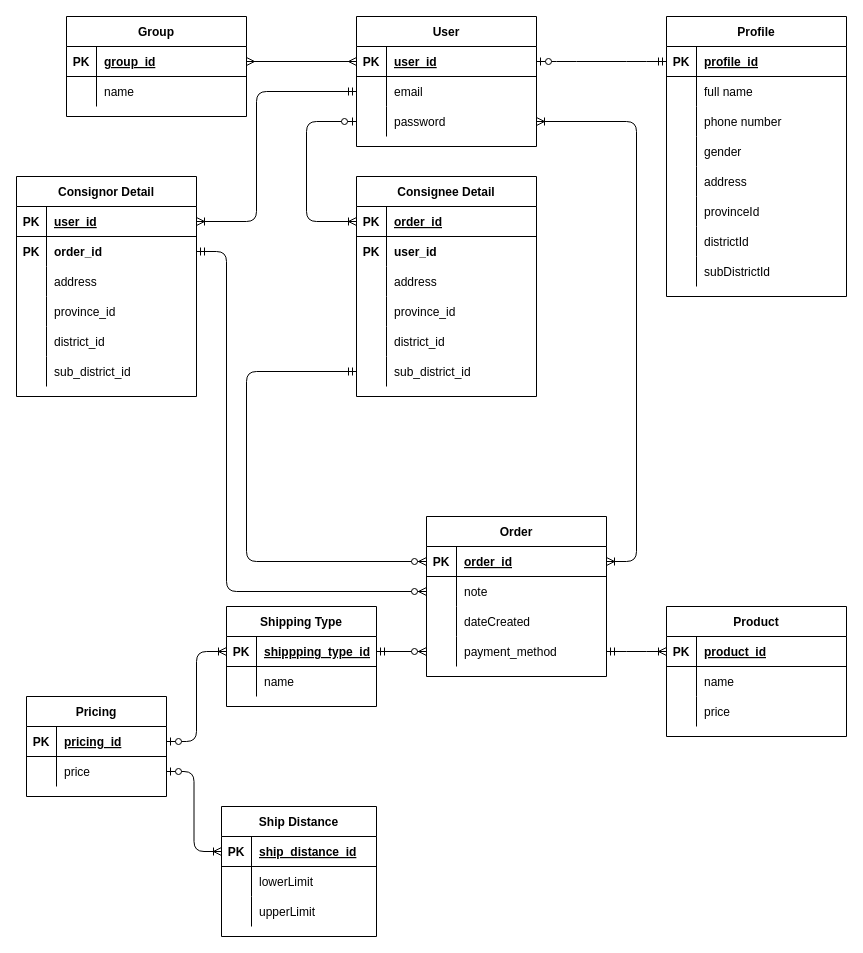
Above: resources/database_design.drawio in NgoQuocBao1010/Shipping-System-Management (draw.io), before the change. Source tidied: cells renumbered, new cells numbered last; positions are measured from the earlier drawing's top-left corner, leaving out a move shared by most shapes. Both pictures are drawn from the tidied source at 100%, with x=0, y=0 at pixel (16, 16).
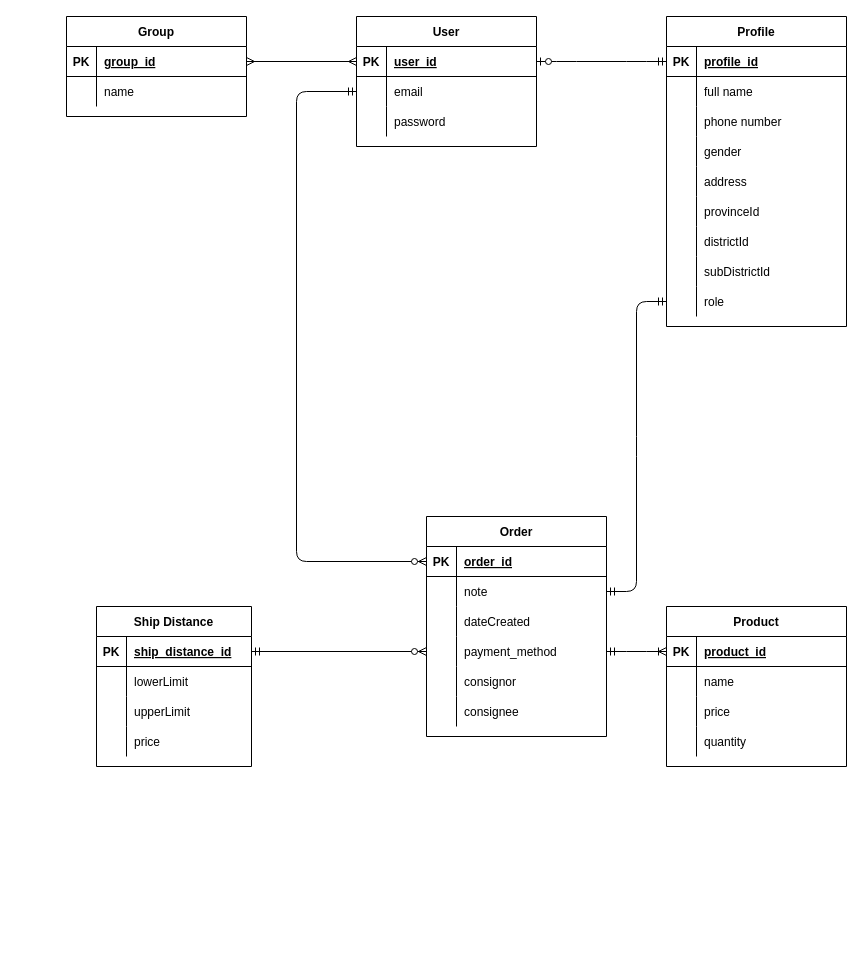
The same diagram, later.

The change refers to these unchanged cells:
```xml
<mxCell id="6" style="shape=partialRectangle;fillColor=none;top=0;left=0;bottom=0;right=0;points=[[0,0.5],[1,0.5]];portConstraint=eastwest;" parent="2" vertex="1">
  <mxGeometry y="60" width="180" height="30" as="geometry" />
</mxCell>
<mxCell id="9" style="shape=partialRectangle;fillColor=none;top=0;left=0;bottom=0;right=0;points=[[0,0.5],[1,0.5]];portConstraint=eastwest;" parent="2" vertex="1">
  <mxGeometry y="90" width="180" height="30" as="geometry" />
</mxCell>
<mxCell id="46" style="shape=partialRectangle;fillColor=none;top=0;left=0;bottom=1;right=0;points=[[0,0.5],[1,0.5]];portConstraint=eastwest;" parent="45" vertex="1">
  <mxGeometry y="30" width="180" height="30" as="geometry" />
</mxCell>
<mxCell id="49" style="shape=partialRectangle;fillColor=none;top=0;left=0;bottom=0;right=0;points=[[0,0.5],[1,0.5]];portConstraint=eastwest;" parent="45" vertex="1">
  <mxGeometry y="60" width="180" height="30" as="geometry" />
</mxCell>
<mxCell id="55" style="shape=partialRectangle;fillColor=none;top=0;left=0;bottom=0;right=0;points=[[0,0.5],[1,0.5]];portConstraint=eastwest;" parent="45" vertex="1">
  <mxGeometry y="120" width="180" height="30" as="geometry" />
</mxCell>
<mxCell id="74" style="shape=partialRectangle;fillColor=none;top=0;left=0;bottom=1;right=0;points=[[0,0.5],[1,0.5]];portConstraint=eastwest;" parent="73" vertex="1">
  <mxGeometry y="30" width="155" height="30" as="geometry" />
</mxCell>
```

What changed in the source:
```diff
@@
     <mxCell id="12" value="Profile" style="shape=table;startSize=30;childLayout=tableLayout;rowLines=0;fontStyle=1;align=center;" parent="1" vertex="1">
-      <mxGeometry x="650" width="180" height="280" as="geometry" />
+      <mxGeometry x="650" width="180" height="310" as="geometry" />
     </mxCell>
@@
+    <mxCell id="140" style="shape=partialRectangle;fillColor=none;top=0;left=0;bottom=0;right=0;points=[[0,0.5],[1,0.5]];portConstraint=eastwest;" parent="12" vertex="1">
+      <mxGeometry y="270" width="180" height="30" as="geometry" />
+    </mxCell>
+    <mxCell id="141" style="shape=partialRectangle;fillColor=none;top=0;left=0;bottom=0;right=0;overflow=hidden;" parent="140" vertex="1">
+      <mxGeometry width="30" height="30" as="geometry" />
+    </mxCell>
+    <mxCell id="142" value="role" style="shape=partialRectangle;fillColor=none;top=0;left=0;bottom=0;right=0;align=left;spacingLeft=6;overflow=hidden;" parent="140" vertex="1">
+      <mxGeometry x="30" width="150" height="30" as="geometry" />
+    </mxCell>
@@
     <mxCell id="45" value="Order" style="shape=table;startSize=30;childLayout=tableLayout;rowLines=0;fontStyle=1;align=center;" parent="1" vertex="1">
-      <mxGeometry x="410" y="500" width="180" height="160" as="geometry" />
+      <mxGeometry x="410" y="500" width="180" height="220" as="geometry" />
     </mxCell>
@@
+    <mxCell id="143" style="shape=partialRectangle;fillColor=none;top=0;left=0;bottom=0;right=0;" parent="45" vertex="1">
+      <mxGeometry y="150" width="180" height="30" as="geometry" />
+    </mxCell>
+    <mxCell id="144" style="shape=partialRectangle;fillColor=none;top=0;left=0;bottom=0;right=0;overflow=hidden;" parent="143" vertex="1">
+      <mxGeometry width="30" height="30" as="geometry" />
+    </mxCell>
+    <mxCell id="145" value="consignor" style="shape=partialRectangle;fillColor=none;top=0;left=0;bottom=0;right=0;align=left;spacingLeft=6;overflow=hidden;" parent="143" vertex="1">
+      <mxGeometry x="30" width="150" height="30" as="geometry" />
+    </mxCell>
+    <mxCell id="146" style="shape=partialRectangle;fillColor=none;top=0;left=0;bottom=0;right=0;" parent="45" vertex="1">
+      <mxGeometry y="180" width="180" height="30" as="geometry" />
+    </mxCell>
+    <mxCell id="147" style="shape=partialRectangle;fillColor=none;top=0;left=0;bottom=0;right=0;overflow=hidden;" parent="146" vertex="1">
+      <mxGeometry width="30" height="30" as="geometry" />
+    </mxCell>
+    <mxCell id="148" value="consignee" style="shape=partialRectangle;fillColor=none;top=0;left=0;bottom=0;right=0;align=left;spacingLeft=6;overflow=hidden;" parent="146" vertex="1">
+      <mxGeometry x="30" width="150" height="30" as="geometry" />
+    </mxCell>
@@
-    <mxCell id="59" value="Pricing" style="shape=table;startSize=30;childLayout=tableLayout;rowLines=0;fontStyle=1;align=center;" parent="1" vertex="1">
-      <mxGeometry x="10" y="680" width="140" height="100" as="geometry" />
-    </mxCell>
-    <mxCell id="60" style="shape=partialRectangle;fillColor=none;top=0;left=0;bottom=1;right=0;points=[[0,0.5],[1,0.5]];portConstraint=eastwest;" parent="59" vertex="1">
-      <mxGeometry y="30" width="140" height="30" as="geometry" />
-    </mxCell>
-    <mxCell id="61" value="PK" style="shape=partialRectangle;fillColor=none;top=0;left=0;bottom=0;right=0;fontStyle=1;overflow=hidden;" parent="60" vertex="1">
-      <mxGeometry width="30" height="30" as="geometry" />
-    </mxCell>
-    <mxCell id="62" value="pricing_id" style="shape=partialRectangle;fillColor=none;top=0;left=0;bottom=0;right=0;align=left;spacingLeft=6;fontStyle=5;overflow=hidden;" parent="60" vertex="1">
-      <mxGeometry x="30" width="110" height="30" as="geometry" />
-    </mxCell>
-    <mxCell id="63" style="shape=partialRectangle;fillColor=none;top=0;left=0;bottom=0;right=0;points=[[0,0.5],[1,0.5]];portConstraint=eastwest;" parent="59" vertex="1">
-      <mxGeometry y="60" width="140" height="30" as="geometry" />
-    </mxCell>
-    <mxCell id="64" style="shape=partialRectangle;fillColor=none;top=0;left=0;bottom=0;right=0;overflow=hidden;" parent="63" vertex="1">
-      <mxGeometry width="30" height="30" as="geometry" />
-    </mxCell>
-    <mxCell id="65" value="price" style="shape=partialRectangle;fillColor=none;top=0;left=0;bottom=0;right=0;align=left;spacingLeft=6;overflow=hidden;" parent="63" vertex="1">
-      <mxGeometry x="30" width="110" height="30" as="geometry" />
-    </mxCell>
-    <mxCell id="66" value="Shipping Type" style="shape=table;startSize=30;childLayout=tableLayout;rowLines=0;fontStyle=1;align=center;" parent="1" vertex="1">
-      <mxGeometry x="210" y="590" width="150" height="100" as="geometry" />
-    </mxCell>
-    <mxCell id="67" style="shape=partialRectangle;fillColor=none;top=0;left=0;bottom=1;right=0;points=[[0,0.5],[1,0.5]];portConstraint=eastwest;" parent="66" vertex="1">
-      <mxGeometry y="30" width="150" height="30" as="geometry" />
-    </mxCell>
-    <mxCell id="68" value="PK" style="shape=partialRectangle;fillColor=none;top=0;left=0;bottom=0;right=0;fontStyle=1;overflow=hidden;" parent="67" vertex="1">
-      <mxGeometry width="30" height="30" as="geometry" />
-    </mxCell>
-    <mxCell id="69" value="shippping_type_id" style="shape=partialRectangle;fillColor=none;top=0;left=0;bottom=0;right=0;align=left;spacingLeft=6;fontStyle=5;overflow=hidden;" parent="67" vertex="1">
-      <mxGeometry x="30" width="120" height="30" as="geometry" />
-    </mxCell>
-    <mxCell id="70" style="shape=partialRectangle;fillColor=none;top=0;left=0;bottom=0;right=0;" parent="66" vertex="1">
-      <mxGeometry y="60" width="150" height="30" as="geometry" />
-    </mxCell>
-    <mxCell id="71" style="shape=partialRectangle;fillColor=none;top=0;left=0;bottom=0;right=0;overflow=hidden;" parent="70" vertex="1">
-      <mxGeometry width="30" height="30" as="geometry" />
-    </mxCell>
-    <mxCell id="72" value="name" style="shape=partialRectangle;fillColor=none;top=0;left=0;bottom=0;right=0;align=left;spacingLeft=6;overflow=hidden;" parent="70" vertex="1">
-      <mxGeometry x="30" width="120" height="30" as="geometry" />
-    </mxCell>
     <mxCell id="73" value="Ship Distance" style="shape=table;startSize=30;childLayout=tableLayout;rowLines=0;fontStyle=1;align=center;" parent="1" vertex="1">
-      <mxGeometry x="205" y="790" width="155" height="130" as="geometry" />
+      <mxGeometry x="80" y="590" width="155" height="160" as="geometry" />
     </mxCell>
@@
+    <mxCell id="149" style="shape=partialRectangle;fillColor=none;top=0;left=0;bottom=0;right=0;" parent="73" vertex="1">
+      <mxGeometry y="120" width="155" height="30" as="geometry" />
+    </mxCell>
+    <mxCell id="150" style="shape=partialRectangle;fillColor=none;top=0;left=0;bottom=0;right=0;overflow=hidden;" parent="149" vertex="1">
+      <mxGeometry width="30" height="30" as="geometry" />
+    </mxCell>
+    <mxCell id="65" value="price" style="shape=partialRectangle;fillColor=none;top=0;left=0;bottom=0;right=0;align=left;spacingLeft=6;overflow=hidden;" parent="149" vertex="1">
+      <mxGeometry x="30" width="125" height="30" as="geometry" />
+    </mxCell>
-    <mxCell id="83" style="edgeStyle=orthogonalEdgeStyle;fontSize=12;html=1;endArrow=ERzeroToMany;startArrow=ERmandOne;" parent="1" edge="1" source="67" target="55">
+    <mxCell id="83" style="edgeStyle=orthogonalEdgeStyle;fontSize=12;html=1;endArrow=ERzeroToMany;startArrow=ERmandOne;exitX=1;exitY=0.5;exitDx=0;exitDy=0;" parent="1" edge="1" source="74" target="55">
       <mxGeometry relative="1" as="geometry" />
     </mxCell>
     <mxCell id="84" value="Product" style="shape=table;startSize=30;childLayout=tableLayout;rowLines=0;fontStyle=1;align=center;" parent="1" vertex="1">
-      <mxGeometry x="650" y="590" width="180" height="130" as="geometry" />
+      <mxGeometry x="650" y="590" width="180" height="160" as="geometry" />
     </mxCell>
@@
+    <mxCell id="151" style="shape=partialRectangle;fillColor=none;top=0;left=0;bottom=0;right=0;" parent="84" vertex="1">
+      <mxGeometry y="120" width="180" height="30" as="geometry" />
+    </mxCell>
+    <mxCell id="152" style="shape=partialRectangle;fillColor=none;top=0;left=0;bottom=0;right=0;overflow=hidden;" parent="151" vertex="1">
+      <mxGeometry width="30" height="30" as="geometry" />
+    </mxCell>
+    <mxCell id="153" value="quantity" style="shape=partialRectangle;fillColor=none;top=0;left=0;bottom=0;right=0;align=left;spacingLeft=6;overflow=hidden;" parent="151" vertex="1">
+      <mxGeometry x="30" width="150" height="30" as="geometry" />
+    </mxCell>
@@
-    <mxCell id="95" value="Consignor Detail" style="shape=table;startSize=30;childLayout=tableLayout;rowLines=0;fontStyle=1;align=center;" parent="1" vertex="1">
-      <mxGeometry y="160" width="180" height="220" as="geometry" />
-    </mxCell>
-    <mxCell id="96" style="shape=partialRectangle;fillColor=none;top=0;left=0;bottom=1;right=0;points=[[0,0.5],[1,0.5]];portConstraint=eastwest;" parent="95" vertex="1">
-      <mxGeometry y="30" width="180" height="30" as="geometry" />
-    </mxCell>
-    <mxCell id="97" value="PK" style="shape=partialRectangle;fillColor=none;top=0;left=0;bottom=0;right=0;fontStyle=1;overflow=hidden;" parent="96" vertex="1">
-      <mxGeometry width="30" height="30" as="geometry" />
-    </mxCell>
-    <mxCell id="98" value="user_id" style="shape=partialRectangle;fillColor=none;top=0;left=0;bottom=0;right=0;align=left;spacingLeft=6;fontStyle=5;overflow=hidden;" parent="96" vertex="1">
-      <mxGeometry x="30" width="150" height="30" as="geometry" />
-    </mxCell>
-    <mxCell id="99" style="shape=partialRectangle;fillColor=none;top=0;left=0;bottom=0;right=0;points=[[0,0.5],[1,0.5]];portConstraint=eastwest;" parent="95" vertex="1">
-      <mxGeometry y="60" width="180" height="30" as="geometry" />
-    </mxCell>
-    <mxCell id="100" value="PK" style="shape=partialRectangle;fillColor=none;top=0;left=0;bottom=0;right=0;overflow=hidden;fontStyle=1;strokeWidth=3;perimeterSpacing=5;" parent="99" vertex="1">
-      <mxGeometry width="30" height="30" as="geometry" />
-    </mxCell>
-    <mxCell id="101" value="order_id" style="shape=partialRectangle;fillColor=none;top=0;left=0;bottom=0;right=0;align=left;spacingLeft=6;overflow=hidden;fontStyle=1;" parent="99" vertex="1">
-      <mxGeometry x="30" width="150" height="30" as="geometry" />
-    </mxCell>
-    <mxCell id="102" style="shape=partialRectangle;fillColor=none;top=0;left=0;bottom=0;right=0;" parent="95" vertex="1">
-      <mxGeometry y="90" width="180" height="30" as="geometry" />
-    </mxCell>
-    <mxCell id="103" style="shape=partialRectangle;fillColor=none;top=0;left=0;bottom=0;right=0;overflow=hidden;" parent="102" vertex="1">
-      <mxGeometry width="30" height="30" as="geometry" />
-    </mxCell>
-    <mxCell id="104" value="address" style="shape=partialRectangle;fillColor=none;top=0;left=0;bottom=0;right=0;align=left;spacingLeft=6;overflow=hidden;" parent="102" vertex="1">
-      <mxGeometry x="30" width="150" height="30" as="geometry" />
-    </mxCell>
-    <mxCell id="105" style="shape=partialRectangle;fillColor=none;top=0;left=0;bottom=0;right=0;" parent="95" vertex="1">
-      <mxGeometry y="120" width="180" height="30" as="geometry" />
-    </mxCell>
-    <mxCell id="106" style="shape=partialRectangle;fillColor=none;top=0;left=0;bottom=0;right=0;overflow=hidden;" parent="105" vertex="1">
-      <mxGeometry width="30" height="30" as="geometry" />
-    </mxCell>
-    <mxCell id="107" value="province_id" style="shape=partialRectangle;fillColor=none;top=0;left=0;bottom=0;right=0;align=left;spacingLeft=6;overflow=hidden;" parent="105" vertex="1">
-      <mxGeometry x="30" width="150" height="30" as="geometry" />
-    </mxCell>
-    <mxCell id="108" style="shape=partialRectangle;fillColor=none;top=0;left=0;bottom=0;right=0;" parent="95" vertex="1">
-      <mxGeometry y="150" width="180" height="30" as="geometry" />
-    </mxCell>
-    <mxCell id="109" style="shape=partialRectangle;fillColor=none;top=0;left=0;bottom=0;right=0;overflow=hidden;" parent="108" vertex="1">
-      <mxGeometry width="30" height="30" as="geometry" />
-    </mxCell>
-    <mxCell id="110" value="district_id" style="shape=partialRectangle;fillColor=none;top=0;left=0;bottom=0;right=0;align=left;spacingLeft=6;overflow=hidden;" parent="108" vertex="1">
-      <mxGeometry x="30" width="150" height="30" as="geometry" />
-    </mxCell>
-    <mxCell id="111" style="shape=partialRectangle;fillColor=none;top=0;left=0;bottom=0;right=0;" parent="95" vertex="1">
-      <mxGeometry y="180" width="180" height="30" as="geometry" />
-    </mxCell>
-    <mxCell id="112" style="shape=partialRectangle;fillColor=none;top=0;left=0;bottom=0;right=0;overflow=hidden;" parent="111" vertex="1">
-      <mxGeometry width="30" height="30" as="geometry" />
-    </mxCell>
-    <mxCell id="113" value="sub_district_id" style="shape=partialRectangle;fillColor=none;top=0;left=0;bottom=0;right=0;align=left;spacingLeft=6;overflow=hidden;" parent="111" vertex="1">
-      <mxGeometry x="30" width="150" height="30" as="geometry" />
-    </mxCell>
-    <mxCell id="114" style="edgeStyle=orthogonalEdgeStyle;fontSize=12;html=1;endArrow=ERoneToMany;startArrow=ERzeroToOne;" parent="1" edge="1" source="60" target="67">
-      <mxGeometry relative="1" as="geometry" />
-    </mxCell>
-    <mxCell id="115" style="edgeStyle=orthogonalEdgeStyle;fontSize=12;html=1;endArrow=ERoneToMany;startArrow=ERzeroToOne;" parent="1" edge="1" source="63" target="74">
-      <mxGeometry relative="1" as="geometry" />
-    </mxCell>
-    <mxCell id="116" value="Consignee Detail" style="shape=table;startSize=30;childLayout=tableLayout;rowLines=0;fontStyle=1;align=center;" parent="1" vertex="1">
-      <mxGeometry x="340" y="160" width="180" height="220" as="geometry" />
-    </mxCell>
-    <mxCell id="117" style="shape=partialRectangle;fillColor=none;top=0;left=0;bottom=1;right=0;points=[[0,0.5],[1,0.5]];portConstraint=eastwest;" parent="116" vertex="1">
-      <mxGeometry y="30" width="180" height="30" as="geometry" />
-    </mxCell>
-    <mxCell id="118" value="PK" style="shape=partialRectangle;fillColor=none;top=0;left=0;bottom=0;right=0;fontStyle=1;overflow=hidden;" parent="117" vertex="1">
-      <mxGeometry width="30" height="30" as="geometry" />
-    </mxCell>
-    <mxCell id="119" value="order_id" style="shape=partialRectangle;fillColor=none;top=0;left=0;bottom=0;right=0;align=left;spacingLeft=6;fontStyle=5;overflow=hidden;" parent="117" vertex="1">
-      <mxGeometry x="30" width="150" height="30" as="geometry" />
-    </mxCell>
-    <mxCell id="120" style="shape=partialRectangle;fillColor=none;top=0;left=0;bottom=0;right=0;" parent="116" vertex="1">
-      <mxGeometry y="60" width="180" height="30" as="geometry" />
-    </mxCell>
-    <mxCell id="121" value="PK" style="shape=partialRectangle;fillColor=none;top=0;left=0;bottom=0;right=0;overflow=hidden;fontStyle=1;strokeWidth=3;perimeterSpacing=5;" parent="120" vertex="1">
-      <mxGeometry width="30" height="30" as="geometry" />
-    </mxCell>
-    <mxCell id="122" value="user_id" style="shape=partialRectangle;fillColor=none;top=0;left=0;bottom=0;right=0;align=left;spacingLeft=6;overflow=hidden;fontStyle=1;" parent="120" vertex="1">
-      <mxGeometry x="30" width="150" height="30" as="geometry" />
-    </mxCell>
-    <mxCell id="123" style="shape=partialRectangle;fillColor=none;top=0;left=0;bottom=0;right=0;" parent="116" vertex="1">
-      <mxGeometry y="90" width="180" height="30" as="geometry" />
-    </mxCell>
-    <mxCell id="124" style="shape=partialRectangle;fillColor=none;top=0;left=0;bottom=0;right=0;overflow=hidden;" parent="123" vertex="1">
-      <mxGeometry width="30" height="30" as="geometry" />
-    </mxCell>
-    <mxCell id="125" value="address" style="shape=partialRectangle;fillColor=none;top=0;left=0;bottom=0;right=0;align=left;spacingLeft=6;overflow=hidden;" parent="123" vertex="1">
-      <mxGeometry x="30" width="150" height="30" as="geometry" />
-    </mxCell>
-    <mxCell id="126" style="shape=partialRectangle;fillColor=none;top=0;left=0;bottom=0;right=0;" parent="116" vertex="1">
-      <mxGeometry y="120" width="180" height="30" as="geometry" />
-    </mxCell>
-    <mxCell id="127" style="shape=partialRectangle;fillColor=none;top=0;left=0;bottom=0;right=0;overflow=hidden;" parent="126" vertex="1">
-      <mxGeometry width="30" height="30" as="geometry" />
-    </mxCell>
-    <mxCell id="128" value="province_id" style="shape=partialRectangle;fillColor=none;top=0;left=0;bottom=0;right=0;align=left;spacingLeft=6;overflow=hidden;" parent="126" vertex="1">
-      <mxGeometry x="30" width="150" height="30" as="geometry" />
-    </mxCell>
-    <mxCell id="129" style="shape=partialRectangle;fillColor=none;top=0;left=0;bottom=0;right=0;" parent="116" vertex="1">
-      <mxGeometry y="150" width="180" height="30" as="geometry" />
-    </mxCell>
-    <mxCell id="130" style="shape=partialRectangle;fillColor=none;top=0;left=0;bottom=0;right=0;overflow=hidden;" parent="129" vertex="1">
-      <mxGeometry width="30" height="30" as="geometry" />
-    </mxCell>
-    <mxCell id="131" value="district_id" style="shape=partialRectangle;fillColor=none;top=0;left=0;bottom=0;right=0;align=left;spacingLeft=6;overflow=hidden;" parent="129" vertex="1">
-      <mxGeometry x="30" width="150" height="30" as="geometry" />
-    </mxCell>
-    <mxCell id="132" style="shape=partialRectangle;fillColor=none;top=0;left=0;bottom=0;right=0;points=[[0,0.5],[1,0.5]];portConstraint=eastwest;" parent="116" vertex="1">
-      <mxGeometry y="180" width="180" height="30" as="geometry" />
-    </mxCell>
-    <mxCell id="133" style="shape=partialRectangle;fillColor=none;top=0;left=0;bottom=0;right=0;overflow=hidden;" parent="132" vertex="1">
-      <mxGeometry width="30" height="30" as="geometry" />
-    </mxCell>
-    <mxCell id="134" value="sub_district_id" style="shape=partialRectangle;fillColor=none;top=0;left=0;bottom=0;right=0;align=left;spacingLeft=6;overflow=hidden;" parent="132" vertex="1">
-      <mxGeometry x="30" width="150" height="30" as="geometry" />
-    </mxCell>
-    <mxCell id="135" style="edgeStyle=orthogonalEdgeStyle;fontSize=12;html=1;endArrow=ERzeroToMany;startArrow=ERmandOne;" parent="1" edge="1" source="99" target="49">
-      <mxGeometry relative="1" as="geometry">
-        <Array as="points">
-          <mxPoint x="210" y="235" />
-          <mxPoint x="210" y="575" />
-        </Array>
-      </mxGeometry>
-    </mxCell>
-    <mxCell id="136" style="edgeStyle=orthogonalEdgeStyle;fontSize=12;html=1;endArrow=ERzeroToMany;startArrow=ERmandOne;exitX=0;exitY=0.5;exitDx=0;exitDy=0;" parent="1" edge="1" source="132" target="46">
-      <mxGeometry relative="1" as="geometry">
-        <Array as="points">
-          <mxPoint x="230" y="355" />
-          <mxPoint x="230" y="545" />
-        </Array>
-      </mxGeometry>
-    </mxCell>
-    <mxCell id="137" style="edgeStyle=orthogonalEdgeStyle;fontSize=12;html=1;endArrow=ERoneToMany;startArrow=ERmandOne;" parent="1" edge="1" source="6" target="96">
-      <mxGeometry relative="1" as="geometry">
-        <Array as="points">
-          <mxPoint x="240" y="75" />
-          <mxPoint x="240" y="205" />
-        </Array>
-      </mxGeometry>
-    </mxCell>
-    <mxCell id="138" style="edgeStyle=orthogonalEdgeStyle;fontSize=12;html=1;endArrow=ERoneToMany;startArrow=ERzeroToOne;entryX=0;entryY=0.5;entryDx=0;entryDy=0;exitX=0;exitY=0.5;exitDx=0;exitDy=0;" parent="1" edge="1" source="9" target="117">
-      <mxGeometry relative="1" as="geometry">
-        <Array as="points">
-          <mxPoint x="290" y="105" />
-          <mxPoint x="290" y="205" />
-        </Array>
-      </mxGeometry>
-    </mxCell>
-    <mxCell id="139" style="edgeStyle=entityRelationEdgeStyle;fontSize=12;html=1;endArrow=ERoneToMany;startArrow=ERoneToMany;" parent="1" edge="1" source="46" target="9">
-      <mxGeometry relative="1" as="geometry" />
-    </mxCell>
+    <mxCell id="154" style="edgeStyle=orthogonalEdgeStyle;fontSize=12;html=1;endArrow=ERzeroToMany;startArrow=ERmandOne;exitX=0;exitY=0.5;exitDx=0;exitDy=0;entryX=0;entryY=0.5;entryDx=0;entryDy=0;" parent="1" edge="1" source="6" target="46">
+      <mxGeometry relative="1" as="geometry">
+        <Array as="points">
+          <mxPoint x="280" y="75" />
+          <mxPoint x="280" y="545" />
+        </Array>
+      </mxGeometry>
+    </mxCell>
+    <mxCell id="155" style="edgeStyle=entityRelationEdgeStyle;fontSize=12;html=1;endArrow=ERmandOne;startArrow=ERmandOne;exitX=1;exitY=0.5;exitDx=0;exitDy=0;" parent="1" edge="1" source="49" target="140">
+      <mxGeometry relative="1" as="geometry" />
+    </mxCell>
```
